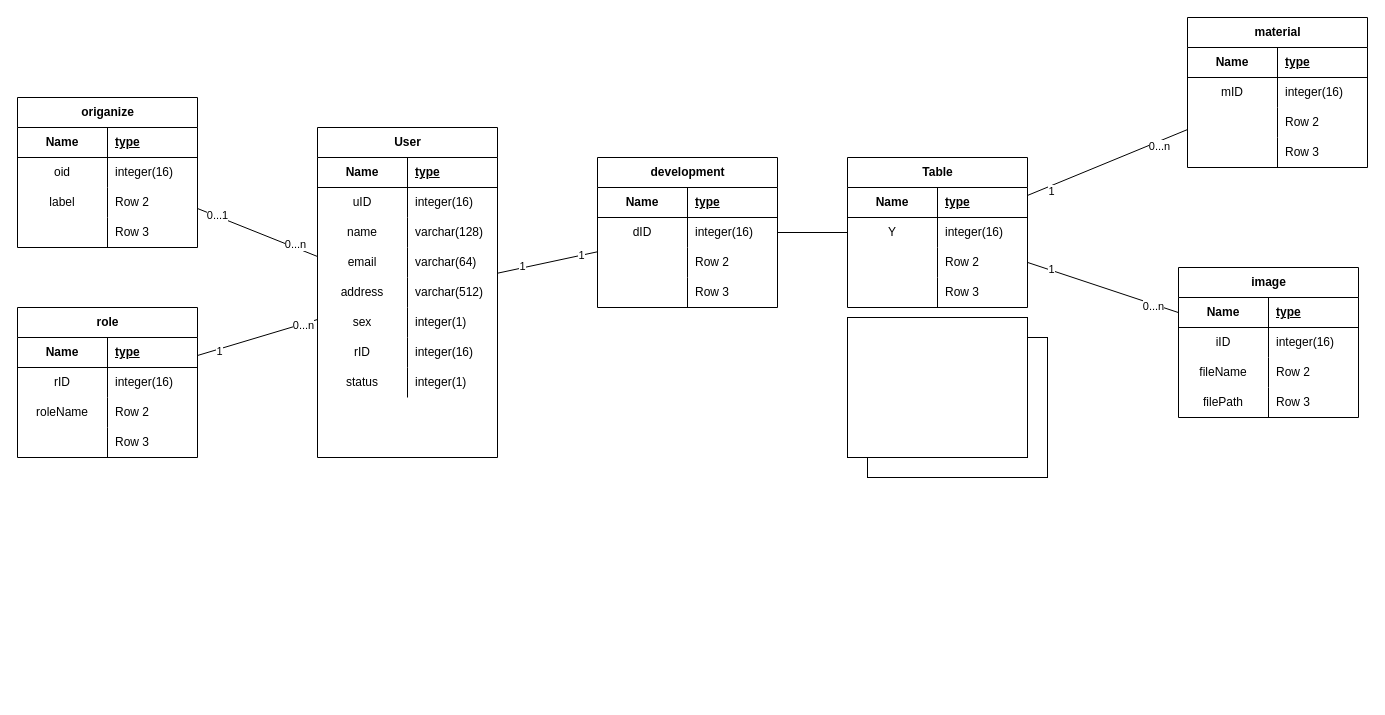
This is uml/er图.drawio from abc2513/ArknightsRoguelikeMapFlowchart, a draw.io file, before an edit. Source tidied: cells renumbered, new cells numbered last; positions are measured from the earlier drawing's top-left corner, leaving out a move shared by most shapes. Both pictures are drawn from the tidied source at 100%, with x=0, y=0 at pixel (17, 17).
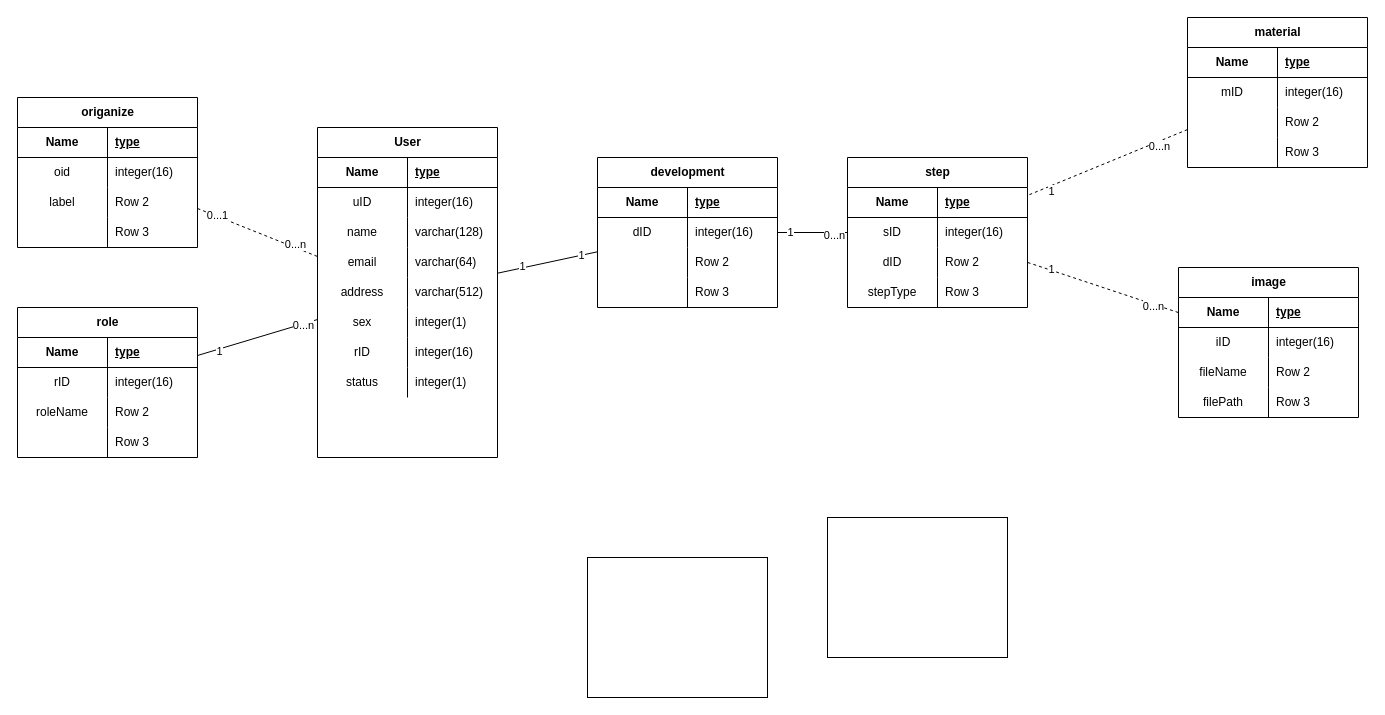
The same page after the edit.

Unchanged cells that the change refers to:
```xml
<mxCell id="2" value="origanize" style="shape=table;startSize=30;childLayout=tableLayout;rowLines=0;fontStyle=1;align=center;html=1;" parent="1" vertex="1">
  <mxGeometry y="80" width="180" height="150" as="geometry" />
</mxCell>
<mxCell id="15" value="User" style="shape=table;startSize=30;childLayout=tableLayout;rowLines=0;fontStyle=1;align=center;html=1;" parent="1" vertex="1">
  <mxGeometry x="300" y="110" width="180" height="330" as="geometry" />
</mxCell>
<mxCell id="53" value="image" style="shape=table;startSize=30;childLayout=tableLayout;rowLines=0;fontStyle=1;align=center;html=1;" parent="1" vertex="1">
  <mxGeometry x="1161" y="250" width="180" height="150" as="geometry" />
</mxCell>
<mxCell id="66" value="material" style="shape=table;startSize=30;childLayout=tableLayout;rowLines=0;fontStyle=1;align=center;html=1;" parent="1" vertex="1">
  <mxGeometry x="1170" width="180" height="150" as="geometry" />
</mxCell>
<mxCell id="83" style="shape=tableRow;horizontal=0;startSize=0;swimlaneHead=0;swimlaneBody=0;fillColor=none;top=0;left=0;right=0;bottom=0;" parent="79" vertex="1">
  <mxGeometry y="60" width="180" height="30" as="geometry" />
</mxCell>
<mxCell id="86" style="shape=tableRow;horizontal=0;startSize=0;swimlaneHead=0;swimlaneBody=0;fillColor=none;top=0;left=0;right=0;bottom=0;" parent="79" vertex="1">
  <mxGeometry y="90" width="180" height="30" as="geometry" />
</mxCell>
<mxCell id="89" style="shape=tableRow;horizontal=0;startSize=0;swimlaneHead=0;swimlaneBody=0;fillColor=none;top=0;left=0;right=0;bottom=0;" parent="79" vertex="1">
  <mxGeometry y="120" width="180" height="30" as="geometry" />
</mxCell>
<mxCell id="114" style="endArrow=none;html=1;rounded=0;" parent="1" edge="1" source="40" target="79">
  <mxGeometry relative="1" as="geometry" />
</mxCell>
```

Diff of the diagram source:
```diff
@@
-    <mxCell id="79" value="Table" style="shape=table;startSize=30;childLayout=tableLayout;rowLines=0;fontStyle=1;align=center;html=1;" parent="1" vertex="1">
+    <mxCell id="79" value="step" style="shape=table;startSize=30;childLayout=tableLayout;rowLines=0;fontStyle=1;align=center;html=1;" parent="1" vertex="1">
       <mxGeometry x="830" y="140" width="180" height="150" as="geometry" />
     </mxCell>
@@
-    <mxCell id="84" value="Y" style="shape=partialRectangle;fillColor=none;top=0;left=0;bottom=0;right=0;overflow=hidden;whiteSpace=wrap;html=1;" parent="83" vertex="1">
+    <mxCell id="84" value="sID" style="shape=partialRectangle;fillColor=none;top=0;left=0;bottom=0;right=0;overflow=hidden;whiteSpace=wrap;html=1;" parent="83" vertex="1">
       <mxGeometry width="90" height="30" as="geometry" />
     </mxCell>
@@
-    <mxCell id="87" style="shape=partialRectangle;fillColor=none;top=0;left=0;bottom=0;right=0;overflow=hidden;whiteSpace=wrap;html=1;" parent="86" vertex="1">
+    <mxCell id="87" value="dID" style="shape=partialRectangle;fillColor=none;top=0;left=0;bottom=0;right=0;overflow=hidden;whiteSpace=wrap;html=1;" parent="86" vertex="1">
       <mxGeometry width="90" height="30" as="geometry" />
     </mxCell>
@@
-    <mxCell id="90" style="shape=partialRectangle;fillColor=none;top=0;left=0;bottom=0;right=0;overflow=hidden;whiteSpace=wrap;html=1;" parent="89" vertex="1">
+    <mxCell id="90" value="stepType" style="shape=partialRectangle;fillColor=none;top=0;left=0;bottom=0;right=0;overflow=hidden;whiteSpace=wrap;html=1;" parent="89" vertex="1">
       <mxGeometry width="90" height="30" as="geometry" />
     </mxCell>
@@
-    <mxCell id="105" style="endArrow=none;html=1;rounded=0;" parent="1" edge="1" source="2" target="15">
+    <mxCell id="105" style="endArrow=none;html=1;rounded=0;dashed=1;" parent="1" edge="1" source="2" target="15">
       <mxGeometry relative="1" as="geometry" />
     </mxCell>
@@
+    <mxCell id="123" value="1" style="edgeLabel;html=1;align=center;verticalAlign=middle;" parent="114" vertex="1">
+      <mxGeometry x="-0.65" y="1" relative="1" as="geometry" />
+    </mxCell>
+    <mxCell id="124" value="&lt;div&gt;0...n&lt;/div&gt;" style="edgeLabel;html=1;align=center;verticalAlign=middle;" parent="114" vertex="1">
+      <mxGeometry x="0.6" y="-2" relative="1" as="geometry" />
+    </mxCell>
-    <mxCell id="115" style="endArrow=none;html=1;rounded=0;" parent="1" edge="1" source="66" target="79">
+    <mxCell id="115" style="endArrow=none;html=1;rounded=0;dashed=1;" parent="1" edge="1" source="66" target="79">
       <mxGeometry relative="1" as="geometry" />
     </mxCell>
@@
-    <mxCell id="118" style="endArrow=none;html=1;rounded=0;" parent="1" edge="1" source="53" target="79">
+    <mxCell id="118" style="endArrow=none;html=1;rounded=0;dashed=1;" parent="1" edge="1" source="53" target="79">
       <mxGeometry relative="1" as="geometry" />
     </mxCell>
@@
     <mxCell id="121" style="rounded=0;whiteSpace=wrap;html=1;" parent="1" vertex="1">
-      <mxGeometry x="850" y="320" width="180" height="140" as="geometry" />
+      <mxGeometry x="810" y="500" width="180" height="140" as="geometry" />
     </mxCell>
     <mxCell id="122" style="rounded=0;whiteSpace=wrap;html=1;" parent="1" vertex="1">
-      <mxGeometry x="830" y="300" width="180" height="140" as="geometry" />
+      <mxGeometry x="570" y="540" width="180" height="140" as="geometry" />
     </mxCell>
```
